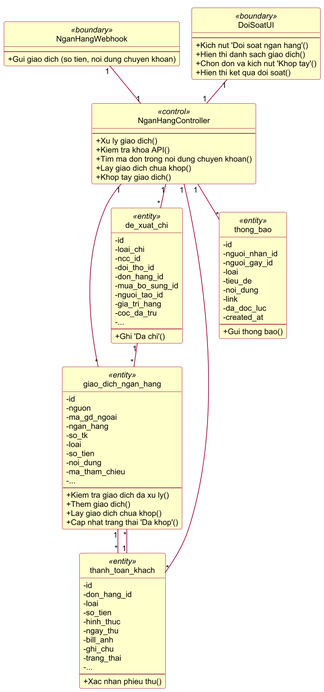
The PlantUML diagram _hinh/puml_rose/png/cls_doi_soat.png in simunaroo/ERP, before a commit. Its source is kept beside it as _hinh/puml_rose/cls_doi_soat.puml. Source of this version:
```plantuml
@startuml cls_doi_soat
!pragma layout smetana
skinparam dpi 150
skinparam defaultFontName Arial
skinparam defaultFontSize 12
skinparam shadowing false
skinparam ArrowColor #990033
skinparam ActorBorderColor #990033
skinparam ActorBackgroundColor #FFFFCC
skinparam UsecaseBorderColor #990033
skinparam UsecaseBackgroundColor #FFFFCC
skinparam ClassBorderColor #990033
skinparam ClassBackgroundColor #FFFFCC
skinparam ParticipantBorderColor #990033
skinparam ParticipantBackgroundColor #FFFFCC
skinparam BoundaryBackgroundColor #FFFFCC
skinparam BoundaryBorderColor #990033
skinparam ControlBackgroundColor #FFFFCC
skinparam ControlBorderColor #990033
skinparam EntityBackgroundColor #FFFFCC
skinparam EntityBorderColor #990033
skinparam SequenceLifeLineBorderColor #444444
skinparam NoteBackgroundColor #FFFFCC
skinparam NoteBorderColor #990033
skinparam packageStyle rectangle
hide circle
skinparam classAttributeIconSize 0
class "NganHangWebhook" as WH <<boundary>> {
  --
  +Gui giao dich (so tien, noi dung chuyen khoan)
}
class "DoiSoatUI" as UI <<boundary>> {
  --
  +Kich nut 'Doi soat ngan hang'()
  +Hien thi danh sach giao dich()
  +Chon don va kich nut 'Khop tay'()
  +Hien thi ket qua doi soat()
}
class "NganHangController" as C <<control>> {
  --
  +Xu ly giao dich()
  +Kiem tra khoa API()
  +Tim ma don trong noi dung chuyen khoan()
  +Lay giao dich chua khop()
  +Khop tay giao dich()
}
class "giao_dich_ngan_hang" as GD <<entity>> {
  -id
  -nguon
  -ma_gd_ngoai
  -ngan_hang
  -so_tk
  -loai
  -so_tien
  -noi_dung
  -ma_tham_chieu
  -...
  --
  +Kiem tra giao dich da xu ly()
  +Them giao dich()
  +Lay giao dich chua khop()
  +Cap nhat trang thai 'Da khop'()
}
class "thanh_toan_khach" as TT <<entity>> {
  -id
  -don_hang_id
  -loai
  -so_tien
  -hinh_thuc
  -ngay_thu
  -bill_anh
  -ghi_chu
  -trang_thai
  -...
  --
  +Xac nhan phieu thu()
}
class "de_xuat_chi" as DX <<entity>> {
  -id
  -loai_chi
  -ncc_id
  -doi_tho_id
  -don_hang_id
  -mua_bo_sung_id
  -nguoi_tao_id
  -gia_tri_hang
  -coc_da_tru
  -...
  --
  +Ghi 'Da chi'()
}
class "thong_bao" as TB <<entity>> {
  -id
  -nguoi_nhan_id
  -nguoi_gay_id
  -loai
  -tieu_de
  -noi_dung
  -link
  -da_doc_luc
  -created_at
  --
  +Gui thong bao()
}
WH "1" -- "1" C
UI "1" -- "1" C
C "1" -- "*" GD
C "1" -- "*" TT
C "1" -- "*" DX
C "1" -- "*" TB
TT "1" -- "*" GD
DX "1" -- "*" GD
GD "1" -- "*" TT
@enduml
```
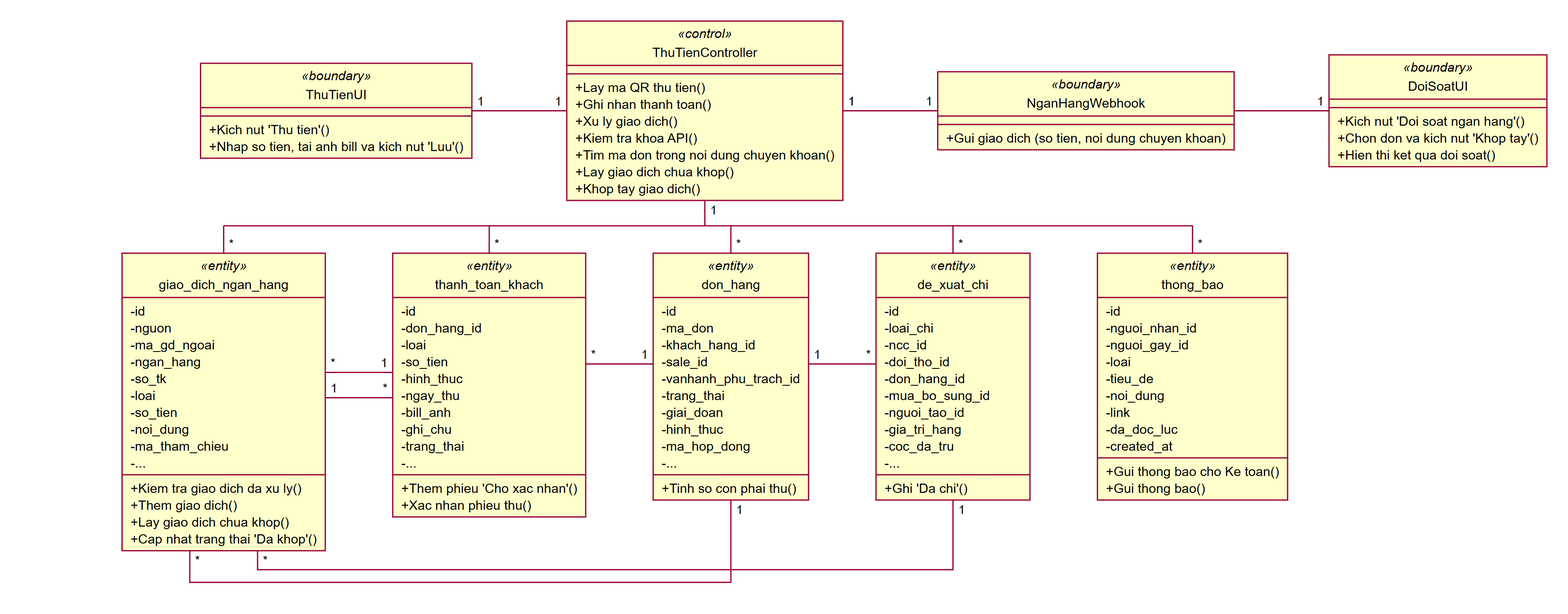
After the commit.

Diff of the diagram source:
```diff
@@ -25,24 +25,59 @@
 skinparam packageStyle rectangle
 hide circle
 skinparam classAttributeIconSize 0
+class "ThuTienUI" as UI <<boundary>> {
+  --
+  +Kich nut 'Thu tien'()
+  +Nhap so tien, tai anh bill va kich nut 'Luu'()
+}
 class "NganHangWebhook" as WH <<boundary>> {
   --
   +Gui giao dich (so tien, noi dung chuyen khoan)
 }
-class "DoiSoatUI" as UI <<boundary>> {
+class "DoiSoatUI" as DS <<boundary>> {
   --
   +Kich nut 'Doi soat ngan hang'()
-  +Hien thi danh sach giao dich()
   +Chon don va kich nut 'Khop tay'()
   +Hien thi ket qua doi soat()
 }
-class "NganHangController" as C <<control>> {
+class "ThuTienController" as C <<control>> {
   --
+  +Lay ma QR thu tien()
+  +Ghi nhan thanh toan()
   +Xu ly giao dich()
   +Kiem tra khoa API()
   +Tim ma don trong noi dung chuyen khoan()
   +Lay giao dich chua khop()
   +Khop tay giao dich()
+}
+class "don_hang" as DH <<entity>> {
+  -id
+  -ma_don
+  -khach_hang_id
+  -sale_id
+  -vanhanh_phu_trach_id
+  -trang_thai
+  -giai_doan
+  -hinh_thuc
+  -ma_hop_dong
+  -...
+  --
+  +Tinh so con phai thu()
+}
+class "thanh_toan_khach" as TT <<entity>> {
+  -id
+  -don_hang_id
+  -loai
+  -so_tien
+  -hinh_thuc
+  -ngay_thu
+  -bill_anh
+  -ghi_chu
+  -trang_thai
+  -...
+  --
+  +Them phieu 'Cho xac nhan'()
+  +Xac nhan phieu thu()
 }
 class "giao_dich_ngan_hang" as GD <<entity>> {
   -id
@@ -60,20 +95,6 @@
   +Them giao dich()
   +Lay giao dich chua khop()
   +Cap nhat trang thai 'Da khop'()
-}
-class "thanh_toan_khach" as TT <<entity>> {
-  -id
-  -don_hang_id
-  -loai
-  -so_tien
-  -hinh_thuc
-  -ngay_thu
-  -bill_anh
-  -ghi_chu
-  -trang_thai
-  -...
-  --
-  +Xac nhan phieu thu()
 }
 class "de_xuat_chi" as DX <<entity>> {
   -id
@@ -100,14 +121,20 @@
   -da_doc_luc
   -created_at
   --
+  +Gui thong bao cho Ke toan()
   +Gui thong bao()
 }
+UI "1" -- "1" C
 WH "1" -- "1" C
-UI "1" -- "1" C
+DS "1" -- "1" C
+C "1" -- "*" DH
+C "1" -- "*" TT
 C "1" -- "*" GD
-C "1" -- "*" TT
 C "1" -- "*" DX
 C "1" -- "*" TB
+DH "1" -- "*" DX
+DH "1" -- "*" TT
+DH "1" -- "*" GD
 TT "1" -- "*" GD
 DX "1" -- "*" GD
 GD "1" -- "*" TT
```
